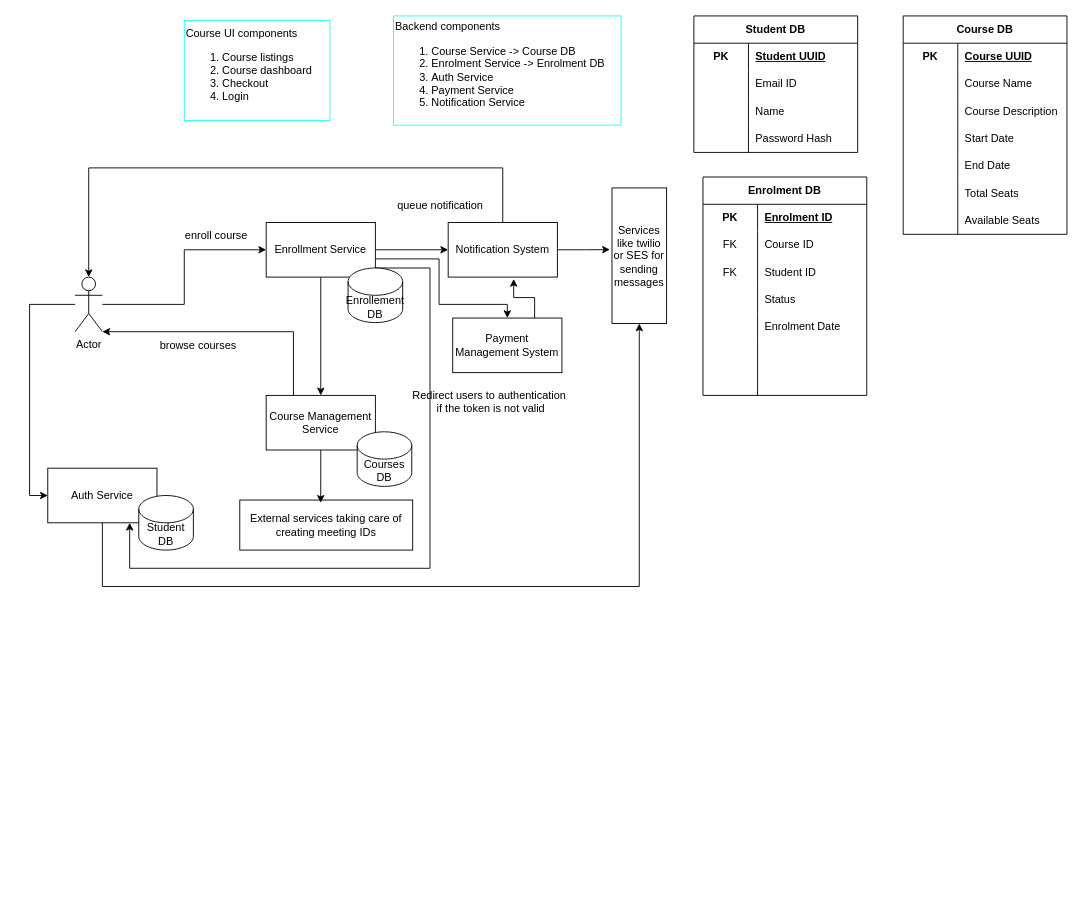
The draw.io diagram course management system - updated with course sessions.drawio in anshul1790/system-design-playground, before the edit. Source tidied: cells renumbered, new cells numbered last; positions are measured from the earlier drawing's top-left corner, leaving out a move shared by most shapes. Both pictures are drawn from the tidied source at 91%, with x=0, y=0 at pixel (15, 15).
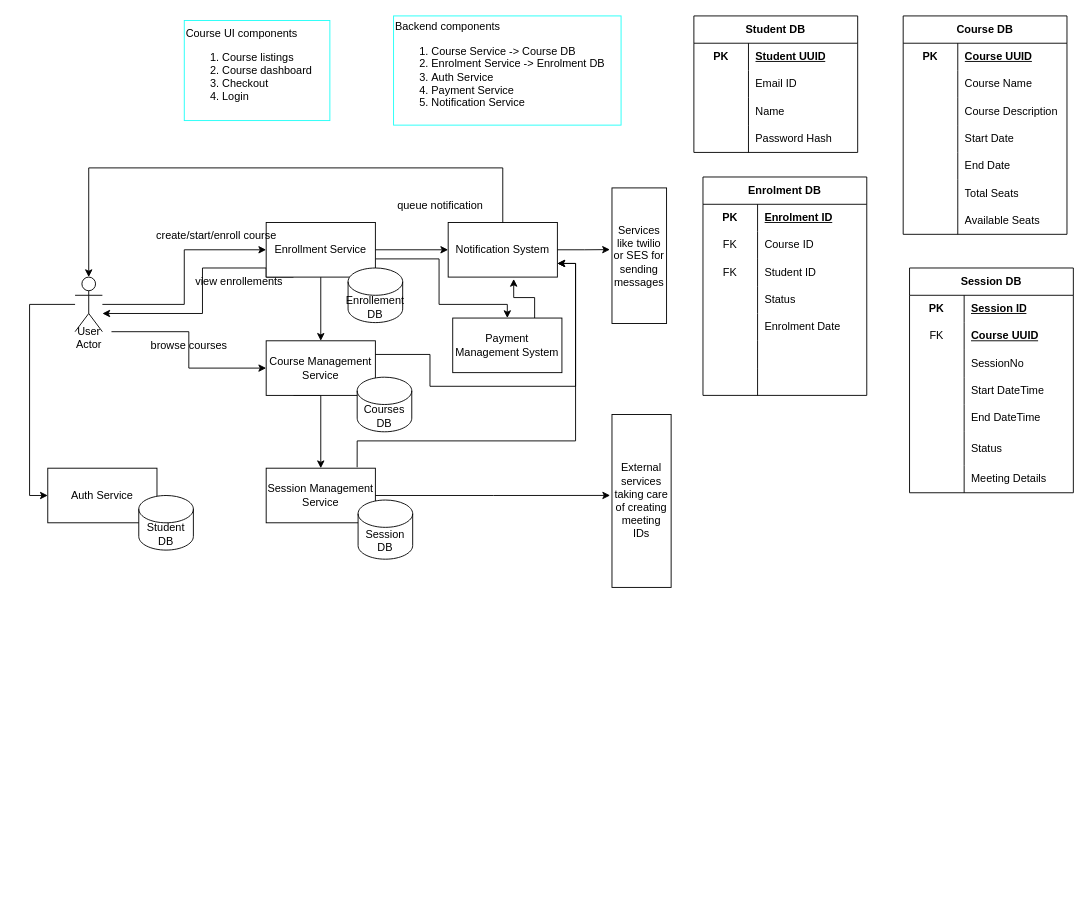
Above is the later version.

Unchanged cells that the change refers to:
```xml
<mxCell id="63" value="Actor" style="shape=umlActor;verticalLabelPosition=bottom;verticalAlign=top;html=1;outlineConnect=0;" parent="1" vertex="1">
  <mxGeometry x="65" y="287" width="30" height="60" as="geometry" />
</mxCell>
<mxCell id="68" value="Enrollment Service" style="rounded=0;whiteSpace=wrap;html=1;" parent="1" vertex="1">
  <mxGeometry x="275" y="227" width="120" height="60" as="geometry" />
</mxCell>
<mxCell id="71" value="Auth Service" style="rounded=0;whiteSpace=wrap;html=1;" parent="1" vertex="1">
  <mxGeometry x="35" y="497" width="120" height="60" as="geometry" />
</mxCell>
<mxCell id="72" value="Notification System" style="rounded=0;whiteSpace=wrap;html=1;" parent="1" vertex="1">
  <mxGeometry x="475" y="227" width="120" height="60" as="geometry" />
</mxCell>
<mxCell id="82" value="Services like twilio or SES for sending messages" style="rounded=0;whiteSpace=wrap;html=1;" parent="1" vertex="1">
  <mxGeometry x="655" y="189" width="60" height="149" as="geometry" />
</mxCell>
```

Change to the diagram source:
```diff
@@
-    <mxCell id="66" style="edgeStyle=orthogonalEdgeStyle;rounded=0;jettySize=auto;html=1;entryX=0.75;entryY=1;entryDx=0;entryDy=0;" parent="1" edge="1" source="68" target="71">
-      <mxGeometry relative="1" as="geometry">
-        <Array as="points">
-          <mxPoint x="455" y="277" />
-          <mxPoint x="455" y="607" />
-          <mxPoint x="125" y="607" />
-        </Array>
-      </mxGeometry>
-    </mxCell>
@@
+    <mxCell id="89" style="edgeStyle=orthogonalEdgeStyle;rounded=0;jettySize=auto;html=1;exitX=0.25;exitY=1;exitDx=0;exitDy=0;" parent="1" edge="1" source="68" target="63">
+      <mxGeometry relative="1" as="geometry">
+        <Array as="points">
+          <mxPoint x="275" y="287" />
+          <mxPoint x="275" y="277" />
+          <mxPoint x="205" y="277" />
+          <mxPoint x="205" y="327" />
+        </Array>
+      </mxGeometry>
+    </mxCell>
@@
-    <mxCell id="69" value="Course Management Service" style="rounded=0;whiteSpace=wrap;html=1;" parent="1" vertex="1">
-      <mxGeometry x="275" y="417" width="120" height="60" as="geometry" />
-    </mxCell>
-    <mxCell id="70" style="edgeStyle=orthogonalEdgeStyle;rounded=0;jettySize=auto;html=1;entryX=0.5;entryY=1;entryDx=0;entryDy=0;" parent="1" edge="1" source="71" target="82">
-      <mxGeometry relative="1" as="geometry">
-        <Array as="points">
-          <mxPoint x="95" y="627" />
-          <mxPoint x="685" y="627" />
-        </Array>
-      </mxGeometry>
-    </mxCell>
@@
-    <mxCell id="74" value="Courses DB" style="shape=cylinder3;whiteSpace=wrap;html=1;boundedLbl=1;backgroundOutline=1;size=15;" parent="1" vertex="1">
-      <mxGeometry x="375" y="457" width="60" height="60" as="geometry" />
-    </mxCell>
@@
-    <mxCell id="76" style="edgeStyle=orthogonalEdgeStyle;rounded=0;jettySize=auto;html=1;entryX=1;entryY=1;entryDx=0;entryDy=0;entryPerimeter=0;" parent="1" edge="1" source="69" target="63">
-      <mxGeometry relative="1" as="geometry">
-        <Array as="points">
-          <mxPoint x="305" y="347" />
-        </Array>
-      </mxGeometry>
-    </mxCell>
     <mxCell id="77" value="browse courses" style="text;html=1;align=center;verticalAlign=middle;strokeColor=none;fillColor=none;" parent="1" vertex="1">
-      <mxGeometry x="145" y="347" width="110" height="30" as="geometry" />
+      <mxGeometry x="135" y="347" width="110" height="30" as="geometry" />
     </mxCell>
-    <mxCell id="78" value="enroll course" style="text;html=1;align=center;verticalAlign=middle;strokeColor=none;fillColor=none;" parent="1" vertex="1">
-      <mxGeometry x="175" y="227" width="90" height="30" as="geometry" />
+    <mxCell id="78" value="create/start/enroll course" style="text;html=1;align=center;verticalAlign=middle;strokeColor=none;fillColor=none;" parent="1" vertex="1">
+      <mxGeometry x="140" y="227" width="160" height="30" as="geometry" />
     </mxCell>
@@
-    <mxCell id="80" value="External services taking care of creating meeting IDs" style="rounded=0;whiteSpace=wrap;html=1;" parent="1" vertex="1">
-      <mxGeometry x="246" y="532" width="190" height="55" as="geometry" />
-    </mxCell>
@@
-    <mxCell id="84" style="edgeStyle=orthogonalEdgeStyle;rounded=0;jettySize=auto;html=1;entryX=0.468;entryY=0.055;entryDx=0;entryDy=0;entryPerimeter=0;" parent="1" edge="1" source="69" target="80">
-      <mxGeometry relative="1" as="geometry" />
-    </mxCell>
-    <mxCell id="85" value="Redirect users to authentication&lt;div&gt;&amp;nbsp;if the token is not valid&lt;/div&gt;" style="text;html=1;align=center;verticalAlign=middle;strokeColor=none;fillColor=none;" parent="1" vertex="1">
-      <mxGeometry x="425" y="404" width="190" height="40" as="geometry" />
-    </mxCell>
@@
+    <mxCell id="90" value="Session DB" style="shape=table;startSize=30;childLayout=tableLayout;rowLines=0;fontStyle=1;align=center;html=1;whiteSpace=wrap;" parent="1" vertex="1">
+      <mxGeometry x="982" y="277" width="180" height="247" as="geometry" />
+    </mxCell>
+    <mxCell id="91" style="shape=tableRow;horizontal=0;startSize=0;swimlaneHead=0;swimlaneBody=0;fillColor=none;top=0;left=0;right=0;bottom=0;html=1;" parent="90" vertex="1">
+      <mxGeometry y="30" width="180" height="30" as="geometry" />
+    </mxCell>
+    <mxCell id="92" value="PK" style="shape=partialRectangle;fillColor=none;top=0;left=0;bottom=0;right=0;fontStyle=1;overflow=hidden;html=1;whiteSpace=wrap;" parent="91" vertex="1">
+      <mxGeometry width="60" height="30" as="geometry" />
+    </mxCell>
+    <mxCell id="93" value="Session ID" style="shape=partialRectangle;fillColor=none;top=0;left=0;bottom=0;right=0;align=left;spacingLeft=6;fontStyle=5;overflow=hidden;html=1;whiteSpace=wrap;" parent="91" vertex="1">
+      <mxGeometry x="60" width="120" height="30" as="geometry" />
+    </mxCell>
+    <mxCell id="94" style="shape=tableRow;horizontal=0;startSize=0;swimlaneHead=0;swimlaneBody=0;fillColor=none;top=0;left=0;right=0;bottom=0;html=1;" parent="90" vertex="1">
+      <mxGeometry y="60" width="180" height="30" as="geometry" />
+    </mxCell>
+    <mxCell id="95" value="FK" style="shape=partialRectangle;fillColor=none;top=0;left=0;bottom=0;right=0;overflow=hidden;html=1;whiteSpace=wrap;" parent="94" vertex="1">
+      <mxGeometry width="60" height="30" as="geometry" />
+    </mxCell>
+    <mxCell id="96" value="&lt;span style=&quot;font-weight: 700; text-decoration-line: underline;&quot;&gt;Course UUID&lt;/span&gt;" style="shape=partialRectangle;fillColor=none;top=0;left=0;bottom=0;right=0;align=left;spacingLeft=6;overflow=hidden;html=1;whiteSpace=wrap;" parent="94" vertex="1">
+      <mxGeometry x="60" width="120" height="30" as="geometry" />
+    </mxCell>
+    <mxCell id="97" style="shape=tableRow;horizontal=0;startSize=0;swimlaneHead=0;swimlaneBody=0;fillColor=none;top=0;left=0;right=0;bottom=0;html=1;" parent="90" vertex="1">
+      <mxGeometry y="90" width="180" height="30" as="geometry" />
+    </mxCell>
+    <mxCell id="98" style="shape=partialRectangle;fillColor=none;top=0;left=0;bottom=0;right=0;overflow=hidden;html=1;whiteSpace=wrap;" parent="97" vertex="1">
+      <mxGeometry width="60" height="30" as="geometry" />
+    </mxCell>
+    <mxCell id="99" value="SessionNo" style="shape=partialRectangle;fillColor=none;top=0;left=0;bottom=0;right=0;align=left;spacingLeft=6;overflow=hidden;html=1;whiteSpace=wrap;" parent="97" vertex="1">
+      <mxGeometry x="60" width="120" height="30" as="geometry" />
+    </mxCell>
+    <mxCell id="100" style="shape=tableRow;horizontal=0;startSize=0;swimlaneHead=0;swimlaneBody=0;fillColor=none;top=0;left=0;right=0;bottom=0;html=1;" parent="90" vertex="1">
+      <mxGeometry y="120" width="180" height="30" as="geometry" />
+    </mxCell>
+    <mxCell id="101" style="shape=partialRectangle;fillColor=none;top=0;left=0;bottom=0;right=0;overflow=hidden;html=1;whiteSpace=wrap;" parent="100" vertex="1">
+      <mxGeometry width="60" height="30" as="geometry" />
+    </mxCell>
+    <mxCell id="102" value="Start DateTime" style="shape=partialRectangle;fillColor=none;top=0;left=0;bottom=0;right=0;align=left;spacingLeft=6;overflow=hidden;html=1;whiteSpace=wrap;" parent="100" vertex="1">
+      <mxGeometry x="60" width="120" height="30" as="geometry" />
+    </mxCell>
+    <mxCell id="103" style="shape=tableRow;horizontal=0;startSize=0;swimlaneHead=0;swimlaneBody=0;fillColor=none;top=0;left=0;right=0;bottom=0;html=1;" parent="90" vertex="1">
+      <mxGeometry y="150" width="180" height="30" as="geometry" />
+    </mxCell>
+    <mxCell id="104" style="shape=partialRectangle;fillColor=none;top=0;left=0;bottom=0;right=0;overflow=hidden;html=1;whiteSpace=wrap;" parent="103" vertex="1">
+      <mxGeometry width="60" height="30" as="geometry" />
+    </mxCell>
+    <mxCell id="105" value="End DateTime" style="shape=partialRectangle;fillColor=none;top=0;left=0;bottom=0;right=0;align=left;spacingLeft=6;overflow=hidden;html=1;whiteSpace=wrap;" parent="103" vertex="1">
+      <mxGeometry x="60" width="120" height="30" as="geometry" />
+    </mxCell>
+    <mxCell id="106" style="shape=tableRow;horizontal=0;startSize=0;swimlaneHead=0;swimlaneBody=0;fillColor=none;top=0;left=0;right=0;bottom=0;html=1;" parent="90" vertex="1">
+      <mxGeometry y="180" width="180" height="37" as="geometry" />
+    </mxCell>
+    <mxCell id="107" style="shape=partialRectangle;fillColor=none;top=0;left=0;bottom=0;right=0;overflow=hidden;html=1;whiteSpace=wrap;" parent="106" vertex="1">
+      <mxGeometry width="60" height="37" as="geometry" />
+    </mxCell>
+    <mxCell id="108" value="Status" style="shape=partialRectangle;fillColor=none;top=0;left=0;bottom=0;right=0;align=left;spacingLeft=6;overflow=hidden;html=1;whiteSpace=wrap;" parent="106" vertex="1">
+      <mxGeometry x="60" width="120" height="37" as="geometry" />
+    </mxCell>
+    <mxCell id="109" style="shape=tableRow;horizontal=0;startSize=0;swimlaneHead=0;swimlaneBody=0;fillColor=none;top=0;left=0;right=0;bottom=0;html=1;" parent="90" vertex="1">
+      <mxGeometry y="217" width="180" height="30" as="geometry" />
+    </mxCell>
+    <mxCell id="110" style="shape=partialRectangle;fillColor=none;top=0;left=0;bottom=0;right=0;overflow=hidden;html=1;whiteSpace=wrap;" parent="109" vertex="1">
+      <mxGeometry width="60" height="30" as="geometry" />
+    </mxCell>
+    <mxCell id="111" value="Meeting Details" style="shape=partialRectangle;fillColor=none;top=0;left=0;bottom=0;right=0;align=left;spacingLeft=6;overflow=hidden;html=1;whiteSpace=wrap;" parent="109" vertex="1">
+      <mxGeometry x="60" width="120" height="30" as="geometry" />
+    </mxCell>
+    <mxCell id="112" style="group;" parent="1" vertex="1">
+      <mxGeometry x="246" y="347" width="209" height="225" as="geometry" />
+    </mxCell>
+    <mxCell id="113" style="edgeStyle=orthogonalEdgeStyle;rounded=0;jettySize=auto;html=1;entryX=0.5;entryY=0;entryDx=0;entryDy=0;exitX=0.25;exitY=1;exitDx=0;exitDy=0;" parent="112" edge="1" source="69" target="114">
+      <mxGeometry relative="1" as="geometry">
+        <Array as="points">
+          <mxPoint x="89" y="70" />
+        </Array>
+      </mxGeometry>
+    </mxCell>
+    <mxCell id="69" value="Course Management Service" style="rounded=0;whiteSpace=wrap;html=1;" parent="112" vertex="1">
+      <mxGeometry x="29" y="10" width="120" height="60" as="geometry" />
+    </mxCell>
+    <mxCell id="74" value="Courses DB" style="shape=cylinder3;whiteSpace=wrap;html=1;boundedLbl=1;backgroundOutline=1;size=15;" parent="112" vertex="1">
+      <mxGeometry x="129" y="50" width="60" height="60" as="geometry" />
+    </mxCell>
+    <mxCell id="114" value="Session Management Service" style="rounded=0;whiteSpace=wrap;html=1;" parent="112" vertex="1">
+      <mxGeometry x="29" y="150" width="120" height="60" as="geometry" />
+    </mxCell>
+    <mxCell id="115" value="Session DB" style="shape=cylinder3;whiteSpace=wrap;html=1;boundedLbl=1;backgroundOutline=1;size=15;" parent="112" vertex="1">
+      <mxGeometry x="130" y="185" width="60" height="65" as="geometry" />
+    </mxCell>
+    <mxCell id="80" value="External services taking care of creating meeting IDs" style="rounded=0;whiteSpace=wrap;html=1;" parent="1" vertex="1">
+      <mxGeometry x="655" y="438" width="65" height="190" as="geometry" />
+    </mxCell>
+    <mxCell id="116" style="edgeStyle=orthogonalEdgeStyle;rounded=0;jettySize=auto;html=1;entryX=-0.031;entryY=0.468;entryDx=0;entryDy=0;entryPerimeter=0;" parent="1" edge="1" source="114" target="80">
+      <mxGeometry relative="1" as="geometry" />
+    </mxCell>
+    <mxCell id="117" style="edgeStyle=orthogonalEdgeStyle;rounded=0;jettySize=auto;html=1;entryX=1;entryY=0.75;entryDx=0;entryDy=0;exitX=1;exitY=0.25;exitDx=0;exitDy=0;" parent="1" edge="1" source="69" target="72">
+      <mxGeometry relative="1" as="geometry">
+        <Array as="points">
+          <mxPoint x="455" y="372" />
+          <mxPoint x="455" y="407" />
+          <mxPoint x="615" y="407" />
+          <mxPoint x="615" y="272" />
+        </Array>
+      </mxGeometry>
+    </mxCell>
+    <mxCell id="118" style="edgeStyle=orthogonalEdgeStyle;rounded=0;jettySize=auto;html=1;entryX=1;entryY=0.75;entryDx=0;entryDy=0;exitX=0.833;exitY=-0.017;exitDx=0;exitDy=0;exitPerimeter=0;" parent="1" edge="1" source="114" target="72">
+      <mxGeometry relative="1" as="geometry">
+        <Array as="points">
+          <mxPoint x="375" y="467" />
+          <mxPoint x="615" y="467" />
+          <mxPoint x="615" y="272" />
+        </Array>
+      </mxGeometry>
+    </mxCell>
+    <mxCell id="119" value="view enrollements" style="text;html=1;align=center;verticalAlign=middle;strokeColor=none;fillColor=none;" parent="1" vertex="1">
+      <mxGeometry x="185" y="277" width="120" height="30" as="geometry" />
+    </mxCell>
+    <mxCell id="120" style="edgeStyle=orthogonalEdgeStyle;rounded=0;jettySize=auto;html=1;entryX=0;entryY=0.5;entryDx=0;entryDy=0;" parent="1" edge="1" source="121" target="69">
+      <mxGeometry relative="1" as="geometry" />
+    </mxCell>
+    <mxCell id="121" value="User" style="text;html=1;align=center;verticalAlign=middle;points=[];strokeColor=none;fillColor=none;" parent="1" vertex="1">
+      <mxGeometry x="55" y="332" width="50" height="30" as="geometry" />
+    </mxCell>
```
